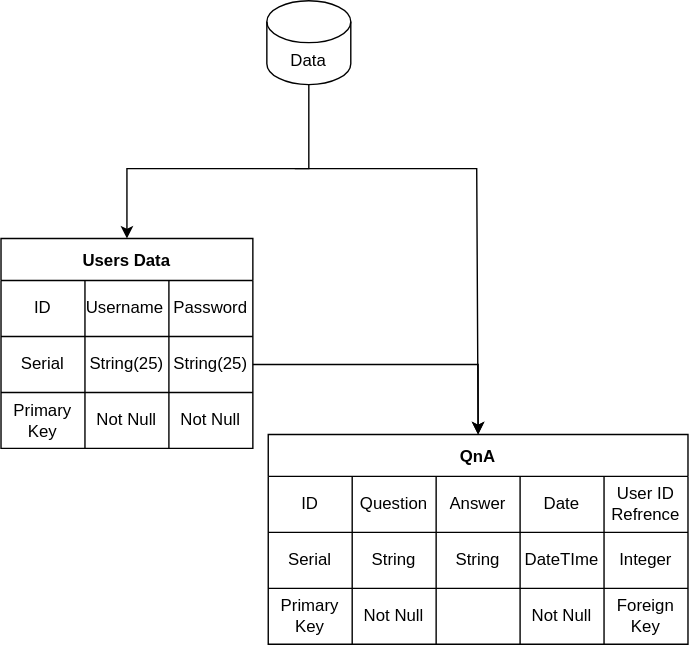
The draw.io diagram Assets/Diagrams/Database.svg in WebAhead12/Who-Asked, before a commit. Source tidied: cells renumbered, new cells last; positions are measured from the earlier drawing's top-left corner, leaving out a move shared by most shapes.
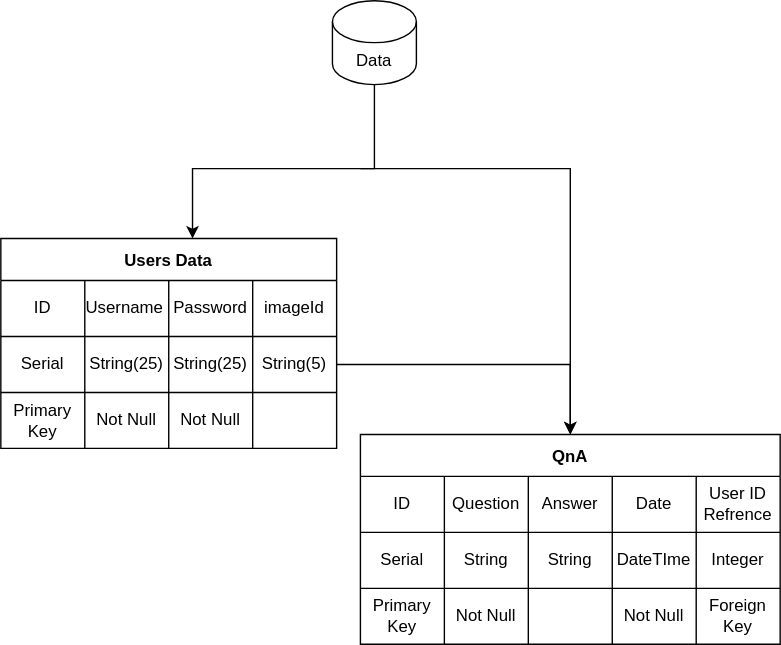
After the commit.

Commit message:
Updated database diagram\

Change to the diagram source:
```diff
@@ -15,10 +15,10 @@
       <mxGeometry x="190" width="60" height="60" as="geometry" />
     </mxCell>
     <mxCell id="4" value="Users Data" style="shape=table;startSize=30;fontStyle=1;align=center;" parent="1" vertex="1">
-      <mxGeometry y="170" width="180" height="150" as="geometry" />
+      <mxGeometry x="-47" y="170" width="240" height="150" as="geometry" />
     </mxCell>
     <mxCell id="5" style="shape=partialRectangle;html=1;whiteSpace=wrap;fillColor=none;top=0;left=0;bottom=0;right=0;" parent="4" vertex="1">
-      <mxGeometry y="30" width="180" height="40" as="geometry" />
+      <mxGeometry y="30" width="240" height="40" as="geometry" />
     </mxCell>
     <mxCell id="6" value="ID" style="shape=partialRectangle;html=1;whiteSpace=wrap;fillColor=none;top=0;left=0;bottom=0;right=0;overflow=hidden;" parent="5" vertex="1">
       <mxGeometry width="60" height="40" as="geometry" />
@@ -29,8 +29,11 @@
     <mxCell id="8" value="Password" style="shape=partialRectangle;html=1;whiteSpace=wrap;fillColor=none;top=0;left=0;bottom=0;right=0;overflow=hidden;" parent="5" vertex="1">
       <mxGeometry x="120" width="60" height="40" as="geometry" />
     </mxCell>
+    <mxCell id="38" value="imageId" style="shape=partialRectangle;html=1;whiteSpace=wrap;fillColor=none;top=0;left=0;bottom=0;right=0;overflow=hidden;" parent="5" vertex="1">
+      <mxGeometry x="180" width="60" height="40" as="geometry" />
+    </mxCell>
     <mxCell id="9" style="shape=partialRectangle;html=1;whiteSpace=wrap;fillColor=none;top=0;left=0;bottom=0;right=0;points=[[0,0.5],[1,0.5]];portConstraint=eastwest;" parent="4" vertex="1">
-      <mxGeometry y="70" width="180" height="40" as="geometry" />
+      <mxGeometry y="70" width="240" height="40" as="geometry" />
     </mxCell>
     <mxCell id="10" value="Serial" style="shape=partialRectangle;html=1;whiteSpace=wrap;fillColor=none;top=0;left=0;bottom=0;right=0;overflow=hidden;" parent="9" vertex="1">
       <mxGeometry width="60" height="40" as="geometry" />
@@ -41,8 +44,11 @@
     <mxCell id="12" value="String(25)" style="shape=partialRectangle;html=1;whiteSpace=wrap;fillColor=none;top=0;left=0;bottom=0;right=0;overflow=hidden;" parent="9" vertex="1">
       <mxGeometry x="120" width="60" height="40" as="geometry" />
     </mxCell>
+    <mxCell id="39" value="String(5)" style="shape=partialRectangle;html=1;whiteSpace=wrap;fillColor=none;top=0;left=0;bottom=0;right=0;overflow=hidden;" parent="9" vertex="1">
+      <mxGeometry x="180" width="60" height="40" as="geometry" />
+    </mxCell>
     <mxCell id="13" style="shape=partialRectangle;html=1;whiteSpace=wrap;fillColor=none;top=0;left=0;bottom=0;right=0;" parent="4" vertex="1">
-      <mxGeometry y="110" width="180" height="40" as="geometry" />
+      <mxGeometry y="110" width="240" height="40" as="geometry" />
     </mxCell>
     <mxCell id="14" value="Primary Key" style="shape=partialRectangle;html=1;whiteSpace=wrap;fillColor=none;top=0;left=0;bottom=0;right=0;overflow=hidden;" parent="13" vertex="1">
       <mxGeometry width="60" height="40" as="geometry" />
@@ -53,8 +59,11 @@
     <mxCell id="16" value="Not Null" style="shape=partialRectangle;html=1;whiteSpace=wrap;fillColor=none;top=0;left=0;bottom=0;right=0;overflow=hidden;" parent="13" vertex="1">
       <mxGeometry x="120" width="60" height="40" as="geometry" />
     </mxCell>
+    <mxCell id="40" style="shape=partialRectangle;html=1;whiteSpace=wrap;fillColor=none;top=0;left=0;bottom=0;right=0;overflow=hidden;" parent="13" vertex="1">
+      <mxGeometry x="180" width="60" height="40" as="geometry" />
+    </mxCell>
     <mxCell id="17" value="QnA" style="shape=table;startSize=30;fontStyle=1;align=center;horizontal=1;rowLines=1;columnLines=1;" parent="1" vertex="1">
-      <mxGeometry x="191" y="310" width="300" height="150" as="geometry" />
+      <mxGeometry x="210" y="310" width="300" height="150" as="geometry" />
     </mxCell>
     <mxCell id="18" style="shape=partialRectangle;html=1;whiteSpace=wrap;fillColor=none;top=0;left=0;bottom=0;right=0;" parent="17" vertex="1">
       <mxGeometry y="30" width="300" height="40" as="geometry" />
@@ -115,6 +124,7 @@
         <mxPoint x="210" y="120" as="sourcePoint" />
         <Array as="points">
           <mxPoint x="340" y="120" />
+          <mxPoint x="360" y="120" />
         </Array>
       </mxGeometry>
     </mxCell>
```
